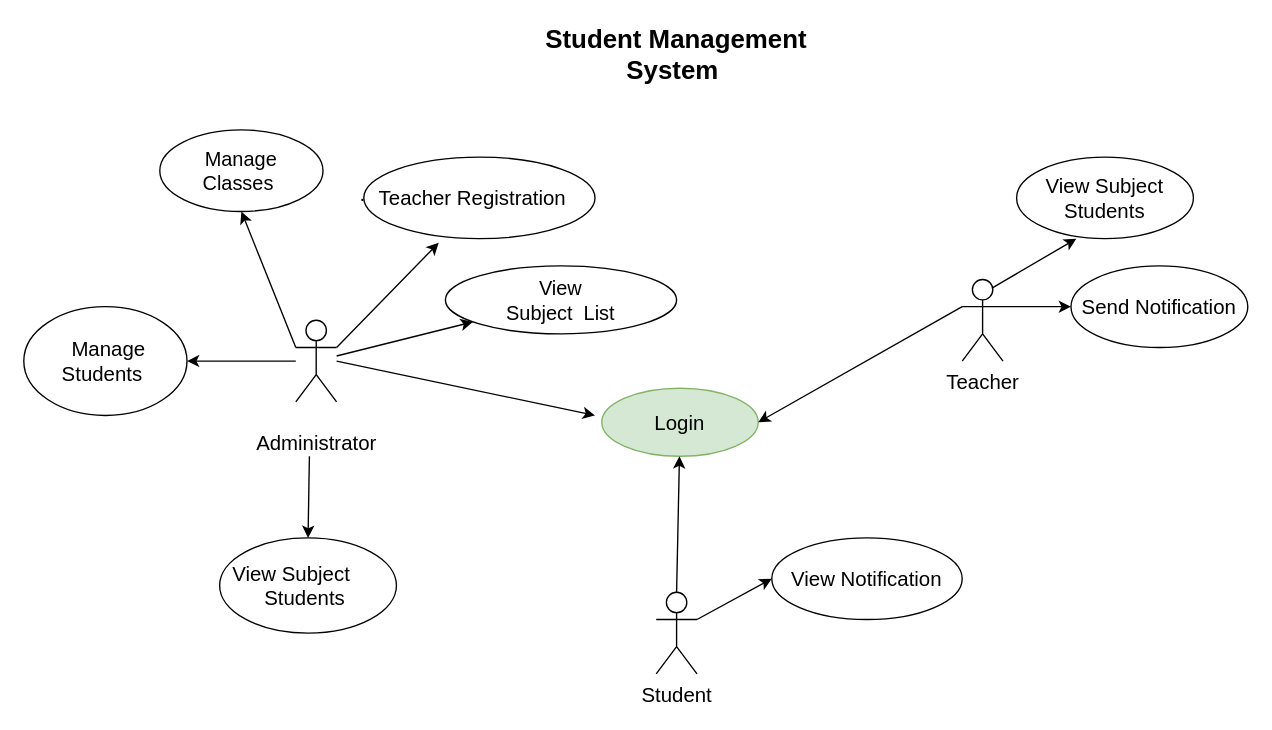
This is project/SMS-use-case.drawio from devzonedo/php-group-5, a draw.io file, before an edit. Source tidied: cells renumbered, new cells numbered last; positions are measured from the earlier drawing's top-left corner, leaving out a move shared by most shapes. Both pictures are drawn from the tidied source at 136%, with x=0, y=0 at pixel (23, 34).
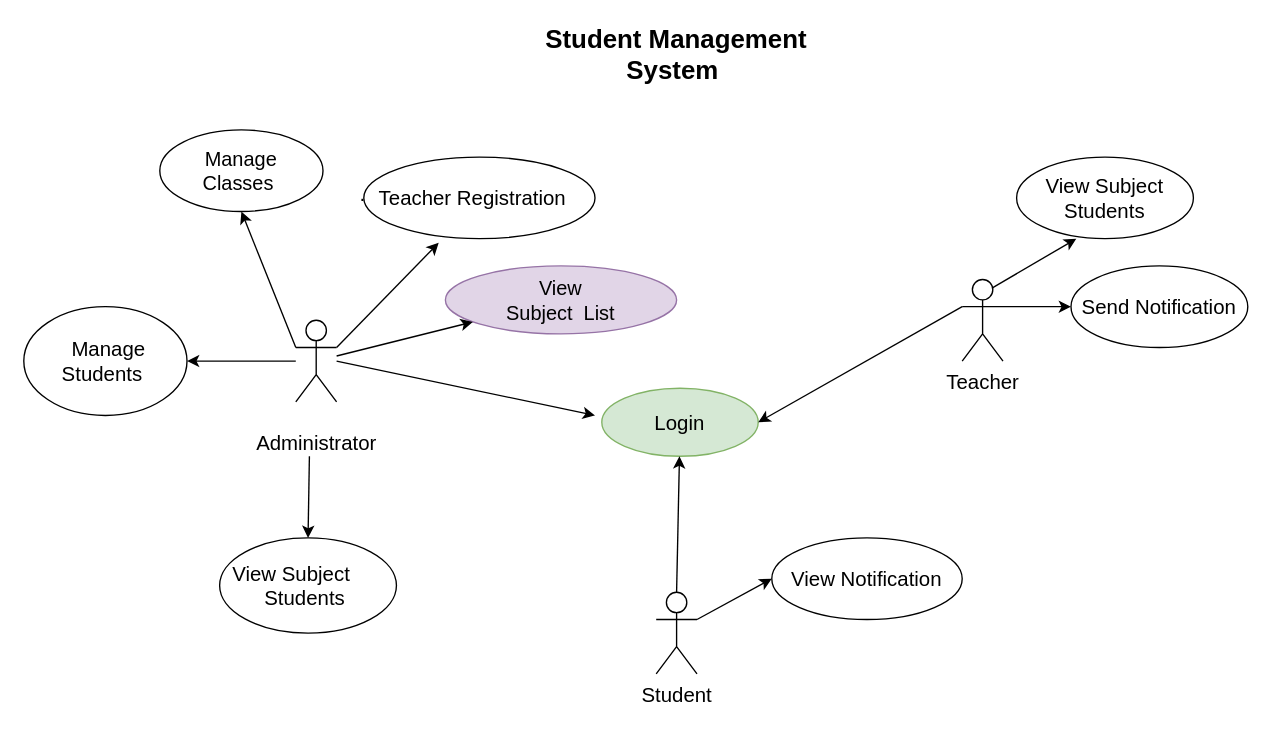
Above is the later version.

Diff of the diagram source:
```diff
@@
-    <mxCell id="10" value="&lt;span style=&quot;font-size:11.0pt;line-height:115%;&lt;br/&gt;font-family:&amp;quot;Calibri&amp;quot;,&amp;quot;sans-serif&amp;quot;;mso-ascii-theme-font:minor-latin;mso-fareast-font-family:&lt;br/&gt;Calibri;mso-fareast-theme-font:minor-latin;mso-hansi-theme-font:minor-latin;&lt;br/&gt;mso-bidi-font-family:&amp;quot;Times New Roman&amp;quot;;mso-bidi-theme-font:minor-bidi;&lt;br/&gt;mso-ansi-language:EN-US;mso-fareast-language:EN-US;mso-bidi-language:AR-SA&quot;&gt;View&lt;br/&gt;Subject &amp;nbsp;List&lt;/span&gt;" style="ellipse;whiteSpace=wrap;html=1;fontSize=15;" parent="1" vertex="1">
+    <mxCell id="10" value="&lt;span style=&quot;font-size:11.0pt;line-height:115%;&lt;br/&gt;font-family:&amp;quot;Calibri&amp;quot;,&amp;quot;sans-serif&amp;quot;;mso-ascii-theme-font:minor-latin;mso-fareast-font-family:&lt;br/&gt;Calibri;mso-fareast-theme-font:minor-latin;mso-hansi-theme-font:minor-latin;&lt;br/&gt;mso-bidi-font-family:&amp;quot;Times New Roman&amp;quot;;mso-bidi-theme-font:minor-bidi;&lt;br/&gt;mso-ansi-language:EN-US;mso-fareast-language:EN-US;mso-bidi-language:AR-SA&quot;&gt;View&lt;br/&gt;Subject &amp;nbsp;List&lt;/span&gt;" style="ellipse;whiteSpace=wrap;html=1;fontSize=15;fillColor=#e1d5e7;strokeColor=#9673a6;" parent="1" vertex="1">
       <mxGeometry x="310" y="170" width="170" height="50" as="geometry" />
     </mxCell>
```
